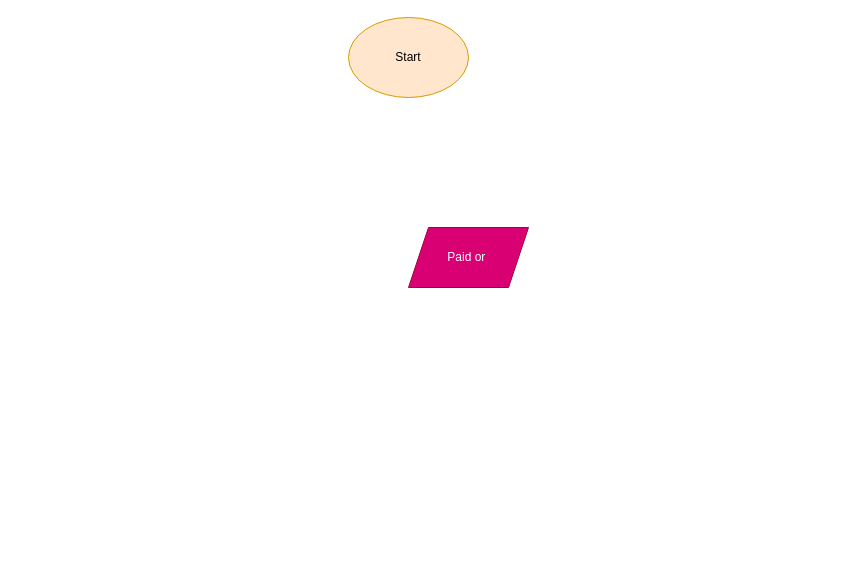
Above: Untitled Diagram.drawio in kenenugget/hello-world (draw.io), before the change. Source tidied: cells renumbered, new cells numbered last; positions are measured from the earlier drawing's top-left corner, leaving out a move shared by most shapes. Both pictures are drawn from the tidied source at 100%, with x=0, y=0 at pixel (348, 17).
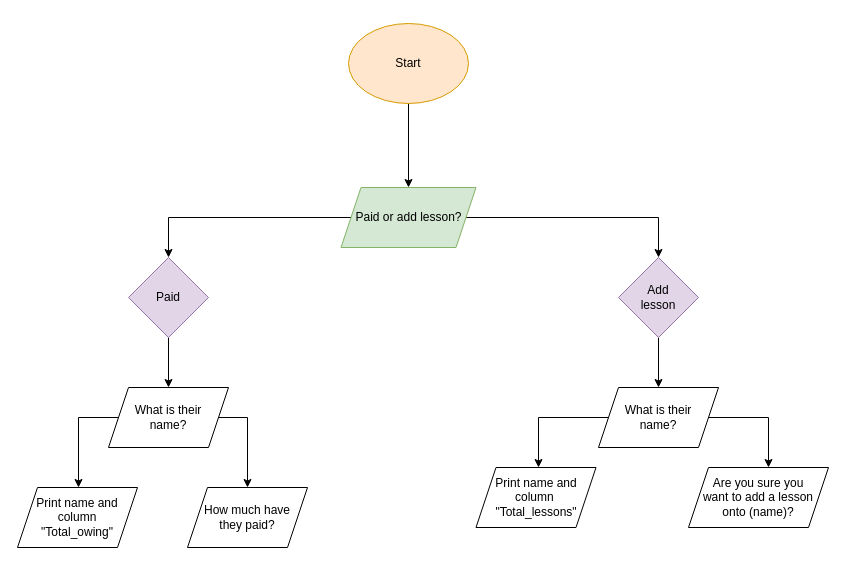
The same diagram, later.

What changed in the source:
```diff
@@
-<mxGraphModel>
+<mxGraphModel background="#ffffff">
@@
+    <mxCell id="4" style="edgeStyle=orthogonalEdgeStyle;rounded=0;jettySize=auto;html=1;entryX=0.5;entryY=0;entryDx=0;entryDy=0;" parent="1" edge="1" source="2" target="3">
+      <mxGeometry relative="1" as="geometry" />
+    </mxCell>
     <mxCell id="2" value="Start" style="ellipse;whiteSpace=wrap;html=1;fillColor=#ffe6cc;strokeColor=#d79b00;" parent="1" vertex="1">
-      <mxGeometry width="120" height="80" as="geometry" />
+      <mxGeometry y="6" width="120" height="80" as="geometry" />
     </mxCell>
+    <mxCell id="5" style="edgeStyle=orthogonalEdgeStyle;rounded=0;jettySize=auto;html=1;exitX=0;exitY=0.5;exitDx=0;exitDy=0;" parent="1" edge="1" source="3" target="8">
+      <mxGeometry relative="1" as="geometry" />
+    </mxCell>
+    <mxCell id="6" style="edgeStyle=orthogonalEdgeStyle;rounded=0;jettySize=auto;html=1;" parent="1" edge="1" source="3" target="10">
+      <mxGeometry relative="1" as="geometry" />
+    </mxCell>
-    <mxCell id="3" value="Paid or&amp;nbsp;" style="shape=parallelogram;perimeter=parallelogramPerimeter;whiteSpace=wrap;html=1;fixedSize=1;fillColor=#d80073;strokeColor=#A50040;fontColor=#ffffff;" parent="1" vertex="1">
-      <mxGeometry x="60" y="210" width="120" height="60" as="geometry" />
+    <mxCell id="3" value="Paid or add lesson?" style="shape=parallelogram;perimeter=parallelogramPerimeter;whiteSpace=wrap;html=1;fixedSize=1;fillColor=#d5e8d4;strokeColor=#82b366;" parent="1" vertex="1">
+      <mxGeometry x="-7.5" y="170" width="135" height="60" as="geometry" />
     </mxCell>
+    <mxCell id="7" style="edgeStyle=orthogonalEdgeStyle;rounded=0;jettySize=auto;html=1;" parent="1" edge="1" source="8" target="13">
+      <mxGeometry relative="1" as="geometry" />
+    </mxCell>
+    <mxCell id="8" value="Paid" style="rhombus;whiteSpace=wrap;html=1;fillColor=#e1d5e7;strokeColor=#9673a6;" parent="1" vertex="1">
+      <mxGeometry x="-220" y="240" width="80" height="80" as="geometry" />
+    </mxCell>
+    <mxCell id="9" style="edgeStyle=orthogonalEdgeStyle;rounded=0;jettySize=auto;html=1;entryX=0.5;entryY=0;entryDx=0;entryDy=0;" parent="1" edge="1" source="10" target="16">
+      <mxGeometry relative="1" as="geometry" />
+    </mxCell>
+    <mxCell id="10" value="Add &lt;br&gt;lesson" style="rhombus;whiteSpace=wrap;html=1;fillColor=#e1d5e7;strokeColor=#9673a6;" parent="1" vertex="1">
+      <mxGeometry x="270" y="240" width="80" height="80" as="geometry" />
+    </mxCell>
+    <mxCell id="11" style="edgeStyle=orthogonalEdgeStyle;rounded=0;jettySize=auto;html=1;" parent="1" edge="1" source="13" target="17">
+      <mxGeometry relative="1" as="geometry">
+        <Array as="points">
+          <mxPoint x="-270" y="400" />
+        </Array>
+      </mxGeometry>
+    </mxCell>
+    <mxCell id="12" style="edgeStyle=orthogonalEdgeStyle;rounded=0;jettySize=auto;html=1;exitX=1;exitY=0.5;exitDx=0;exitDy=0;entryX=0.5;entryY=0;entryDx=0;entryDy=0;" parent="1" edge="1" source="13" target="18">
+      <mxGeometry relative="1" as="geometry">
+        <Array as="points">
+          <mxPoint x="-101" y="400" />
+        </Array>
+      </mxGeometry>
+    </mxCell>
+    <mxCell id="13" value="What is their &lt;br&gt;name?" style="shape=parallelogram;perimeter=parallelogramPerimeter;whiteSpace=wrap;html=1;fixedSize=1;" parent="1" vertex="1">
+      <mxGeometry x="-240" y="370" width="120" height="60" as="geometry" />
+    </mxCell>
+    <mxCell id="14" style="edgeStyle=orthogonalEdgeStyle;rounded=0;jettySize=auto;html=1;" parent="1" edge="1" source="16" target="19">
+      <mxGeometry relative="1" as="geometry">
+        <Array as="points">
+          <mxPoint x="190" y="400" />
+        </Array>
+      </mxGeometry>
+    </mxCell>
+    <mxCell id="15" style="edgeStyle=orthogonalEdgeStyle;rounded=0;jettySize=auto;html=1;" parent="1" edge="1" source="16" target="20">
+      <mxGeometry relative="1" as="geometry">
+        <Array as="points">
+          <mxPoint x="420" y="400" />
+        </Array>
+      </mxGeometry>
+    </mxCell>
+    <mxCell id="16" value="What is their &lt;br&gt;name?" style="shape=parallelogram;perimeter=parallelogramPerimeter;whiteSpace=wrap;html=1;fixedSize=1;" parent="1" vertex="1">
+      <mxGeometry x="250" y="370" width="120" height="60" as="geometry" />
+    </mxCell>
+    <mxCell id="17" value="Print name and column &lt;br&gt;&quot;Total_owing&quot;" style="shape=parallelogram;perimeter=parallelogramPerimeter;whiteSpace=wrap;html=1;fixedSize=1;" parent="1" vertex="1">
+      <mxGeometry x="-331" y="470" width="120" height="60" as="geometry" />
+    </mxCell>
+    <mxCell id="18" value="How much have&lt;br&gt;they paid?" style="shape=parallelogram;perimeter=parallelogramPerimeter;whiteSpace=wrap;html=1;fixedSize=1;" parent="1" vertex="1">
+      <mxGeometry x="-161" y="470" width="120" height="60" as="geometry" />
+    </mxCell>
+    <mxCell id="19" value="Print name and column&amp;nbsp;&lt;br&gt;&quot;Total_lessons&quot;" style="shape=parallelogram;perimeter=parallelogramPerimeter;whiteSpace=wrap;html=1;fixedSize=1;" parent="1" vertex="1">
+      <mxGeometry x="127.5" y="450" width="120" height="60" as="geometry" />
+    </mxCell>
+    <mxCell id="20" value="Are you sure you &lt;br&gt;want to add a lesson &lt;br&gt;onto (name)?" style="shape=parallelogram;perimeter=parallelogramPerimeter;whiteSpace=wrap;html=1;fixedSize=1;" parent="1" vertex="1">
+      <mxGeometry x="340" y="450" width="140" height="60" as="geometry" />
+    </mxCell>
```
